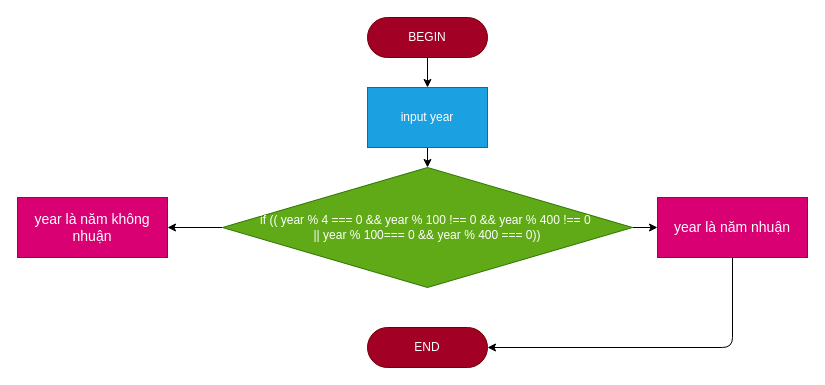
Before: Class/Leapyear.dio in phuccrv/Frond_End_Basic, a draw.io diagram. Source tidied: cells renumbered, new cells numbered last; positions are measured from the earlier drawing's top-left corner, leaving out a move shared by most shapes. Both pictures are drawn from the tidied source at 100%, with x=0, y=0 at pixel (17, 17).
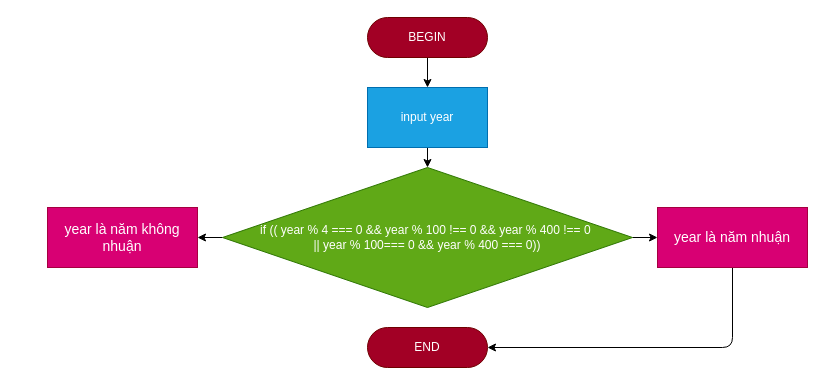
The same page after the edit.

Commit message (it also covers changes not shown here):
hoàn thành

Diff of the diagram source:
```diff
@@
 <mxGraphModel>
   <root>
     <mxCell id="0" />
     <mxCell id="1" parent="0" />
     <mxCell id="2" style="edgeStyle=none;html=1;entryX=0.5;entryY=0;entryDx=0;entryDy=0;fontSize=14;" parent="1" edge="1" source="3" target="8">
       <mxGeometry relative="1" as="geometry" />
     </mxCell>
     <mxCell id="3" value="BEGIN" style="rounded=1;whiteSpace=wrap;html=1;arcSize=50;fillColor=#a20025;fontColor=#ffffff;strokeColor=#6F0000;" parent="1" vertex="1">
       <mxGeometry x="350" width="120" height="40" as="geometry" />
     </mxCell>
-    <mxCell id="4" style="edgeStyle=none;html=1;entryX=0;entryY=0.5;entryDx=0;entryDy=0;fontSize=14;" parent="1" edge="1" source="6" target="10">
+    <mxCell id="4" style="edgeStyle=none;html=1;entryX=0;entryY=0.5;entryDx=0;entryDy=0;fontSize=14;exitX=1;exitY=0.5;exitDx=0;exitDy=0;" parent="1" edge="1" source="6" target="10">
       <mxGeometry relative="1" as="geometry" />
     </mxCell>
-    <mxCell id="5" style="edgeStyle=none;html=1;entryX=1;entryY=0.5;entryDx=0;entryDy=0;fontSize=14;" parent="1" edge="1" source="6" target="11">
+    <mxCell id="5" style="edgeStyle=none;html=1;entryX=1;entryY=0.5;entryDx=0;entryDy=0;fontSize=14;exitX=0;exitY=0.5;exitDx=0;exitDy=0;" parent="1" edge="1" source="6" target="11">
       <mxGeometry relative="1" as="geometry" />
     </mxCell>
     <mxCell id="6" value="if (( year % 4 === 0 &amp;amp;&amp;amp; year % 100 !== 0 &amp;amp;&amp;amp; year % 400 !== 0&amp;nbsp;&lt;br&gt;|| year % 100=== 0 &amp;amp;&amp;amp; year % 400 === 0))" style="rhombus;whiteSpace=wrap;html=1;fillColor=#60a917;fontColor=#ffffff;strokeColor=#2D7600;" parent="1" vertex="1">
-      <mxGeometry x="205" y="150" width="410" height="120" as="geometry" />
+      <mxGeometry x="205" y="150" width="410" height="140" as="geometry" />
     </mxCell>
     <mxCell id="7" style="edgeStyle=none;html=1;fontSize=14;" parent="1" edge="1" source="8" target="6">
       <mxGeometry relative="1" as="geometry" />
     </mxCell>
     <mxCell id="8" value="input year" style="rounded=0;whiteSpace=wrap;html=1;fillColor=#1ba1e2;fontColor=#ffffff;strokeColor=#006EAF;" parent="1" vertex="1">
       <mxGeometry x="350" y="70" width="120" height="60" as="geometry" />
     </mxCell>
     <mxCell id="9" style="edgeStyle=none;html=1;entryX=1;entryY=0.5;entryDx=0;entryDy=0;fontSize=14;" parent="1" edge="1" source="10" target="12">
       <mxGeometry relative="1" as="geometry">
         <Array as="points">
           <mxPoint x="715" y="330" />
         </Array>
       </mxGeometry>
     </mxCell>
     <mxCell id="10" value="year là năm nhuận" style="rounded=0;whiteSpace=wrap;html=1;fontSize=14;fillColor=#d80073;fontColor=#ffffff;strokeColor=#A50040;" parent="1" vertex="1">
-      <mxGeometry x="640" y="180" width="150" height="60" as="geometry" />
+      <mxGeometry x="640" y="190" width="150" height="60" as="geometry" />
     </mxCell>
     <mxCell id="11" value="year là năm không nhuận" style="rounded=0;whiteSpace=wrap;html=1;fontSize=14;fillColor=#d80073;fontColor=#ffffff;strokeColor=#A50040;" parent="1" vertex="1">
-      <mxGeometry y="180" width="150" height="60" as="geometry" />
+      <mxGeometry x="30" y="190" width="150" height="60" as="geometry" />
     </mxCell>
     <mxCell id="12" value="END" style="rounded=1;whiteSpace=wrap;html=1;arcSize=50;fillColor=#a20025;fontColor=#ffffff;strokeColor=#6F0000;" parent="1" vertex="1">
       <mxGeometry x="350" y="310" width="120" height="40" as="geometry" />
     </mxCell>
   </root>
 </mxGraphModel>
```
